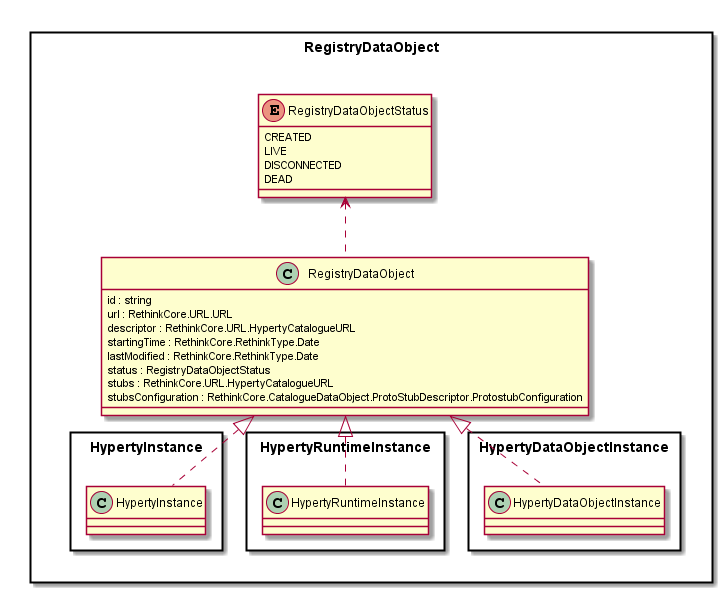
Before: docs/datamodel/Registry-Data-Object.png, a diagram exported from PlantUML (reTHINK-project/dev-service-framework).
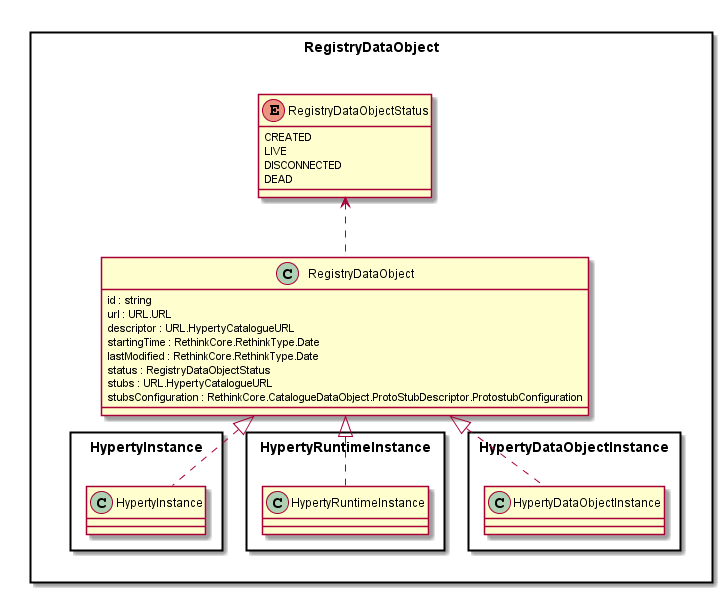
The same diagram one commit later.

What changed in the source:
```diff
@@ -4,12 +4,12 @@
 
 	class RegistryDataObject {
 		id : string
-		url : RethinkCore.URL.URL
-		descriptor : RethinkCore.URL.HypertyCatalogueURL
+		url : URL.URL
+		descriptor : URL.HypertyCatalogueURL
 		startingTime : RethinkCore.RethinkType.Date
 		lastModified : RethinkCore.RethinkType.Date
 		status : RegistryDataObjectStatus
-		stubs : RethinkCore.URL.HypertyCatalogueURL
+		stubs : URL.HypertyCatalogueURL
 		stubsConfiguration : RethinkCore.CatalogueDataObject.ProtoStubDescriptor.ProtostubConfiguration
 	}
 
```
